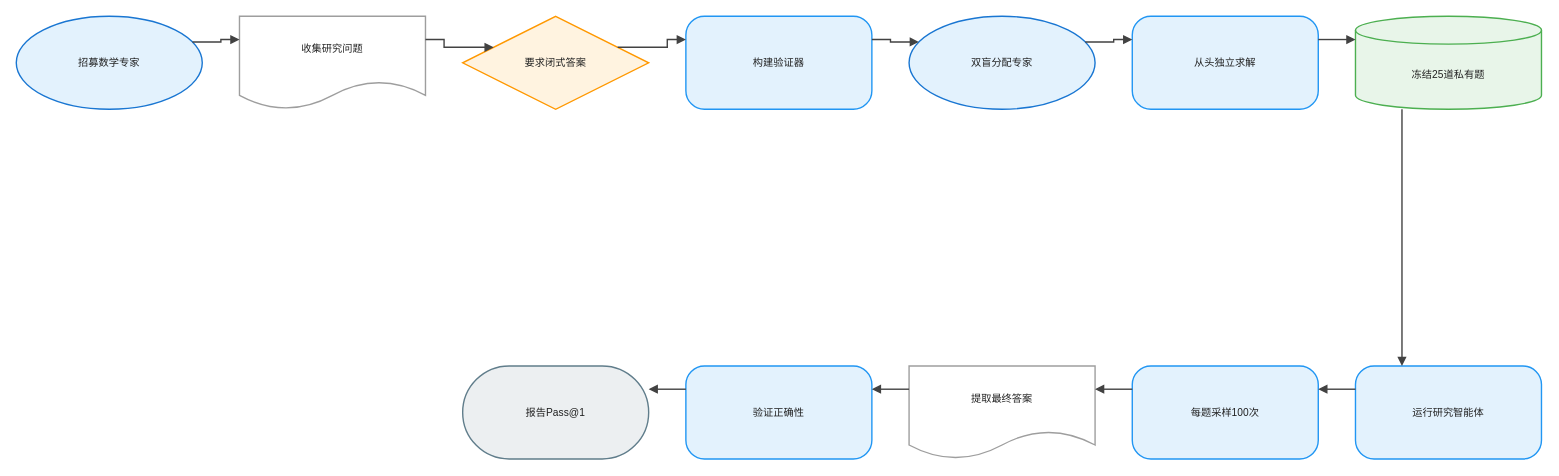
joe1chief/benchmark-hub keeps this draw.io diagram as client/public/drawio/RiemannBench/RiemannBench.zh.drawio. Above is the earlier version. Source tidied: cells renumbered, new cells numbered last; positions are measured from the earlier drawing's top-left corner, leaving out a move shared by most shapes. Both pictures are drawn from the tidied source at 93%, with x=0, y=0 at pixel (16, 16).
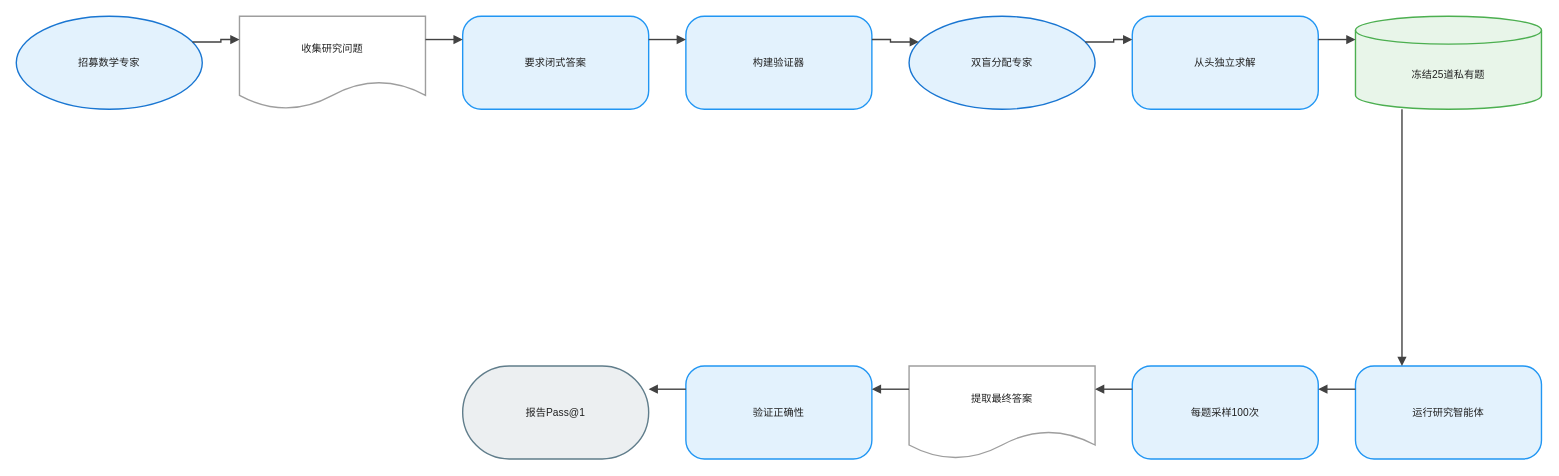
Above is the later version.

Diff of the diagram source:
```diff
@@
-    <mxCell id="4" value="要求闭式答案" style="rhombus;html=1;whiteSpace=wrap;fillColor=#FFF3E0;strokeColor=#FF9800;strokeWidth=1.5;fontColor=#212121;fontSize=11;fontFamily=Arial, Helvetica, sans-serif;verticalAlign=middle;align=center;" parent="1" vertex="1">
+    <mxCell id="4" value="要求闭式答案" style="rounded=1;arcSize=20;html=1;whiteSpace=wrap;fillColor=#E3F2FD;strokeColor=#2196F3;strokeWidth=1.5;fontColor=#212121;fontSize=11;fontFamily=Arial, Helvetica, sans-serif;verticalAlign=middle;align=center;" parent="1" vertex="1">
       <mxGeometry x="480" width="200" height="100" as="geometry" />
     </mxCell>
```
